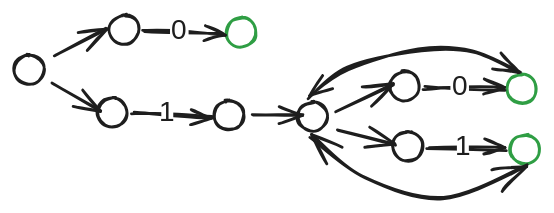
This is notes/media/postfix-nfa6.excalidraw.svg from vk-cs-foundations-fall-25/shared-notes, a Excalidraw export, as it was before one commit. Source tidied: one line per element, renumbered; positions are measured from the earlier drawing's top-left corner, leaving out a move shared by most shapes. The source it was exported from:
```json
{"id": 0, "type": "ellipse", "strokeColor": "#1e1e1e", "strokeWidth": 2, "roughness": 1, "round": true, "x": 268, "y": 151, "width": 21, "height": 21}
{"id": 1, "type": "ellipse", "strokeColor": "#1e1e1e", "strokeWidth": 2, "roughness": 1, "round": true, "x": 203, "y": 173, "width": 21, "height": 21}
{"id": 2, "type": "ellipse", "strokeColor": "#1e1e1e", "strokeWidth": 2, "roughness": 1, "round": true, "x": 271, "y": 194, "width": 21, "height": 21}
{"id": 3, "type": "ellipse", "strokeColor": "#2f9e44", "strokeWidth": 2, "roughness": 1, "round": true, "x": 352, "y": 153, "width": 21, "height": 21}
{"id": 4, "type": "ellipse", "strokeColor": "#2f9e44", "strokeWidth": 2, "roughness": 1, "round": true, "x": 355, "y": 196, "width": 21, "height": 21}
{"id": 5, "type": "arrow", "strokeColor": "#1e1e1e", "strokeWidth": 2, "roughness": 1, "endArrowhead": "arrow", "round": true, "from": 0, "to": 3, "x": 293, "y": 163, "width": 57, "height": 2, "points": [[0, 0], [25, 0], [57, 2]]}
{"id": 6, "type": "text", "text": "0", "strokeColor": "#1e1e1e", "strokeWidth": 2, "roughness": 1, "fontSize": 20, "fontFamily": 5, "textAlign": "center", "verticalAlign": "middle", "inside": 5, "x": 312, "y": 150, "width": 13, "height": 25}
{"id": 7, "type": "arrow", "strokeColor": "#1e1e1e", "strokeWidth": 2, "roughness": 1, "endArrowhead": "arrow", "round": true, "from": 2, "to": 4, "x": 296, "y": 206, "width": 57, "height": 2, "points": [[0, 0], [25, 0], [57, 2]]}
{"id": 8, "type": "text", "text": "1", "strokeColor": "#1e1e1e", "strokeWidth": 2, "roughness": 1, "fontSize": 20, "fontFamily": 5, "textAlign": "center", "verticalAlign": "middle", "inside": 7, "x": 317, "y": 193, "width": 9, "height": 25}
{"id": 9, "type": "arrow", "strokeColor": "#1e1e1e", "strokeWidth": 2, "roughness": 1, "endArrowhead": "arrow", "round": true, "from": 1, "to": 0, "x": 230, "y": 180, "width": 40, "height": 19, "points": [[0, 0], [40, -19]]}
{"id": 10, "type": "arrow", "strokeColor": "#1e1e1e", "strokeWidth": 2, "roughness": 1, "endArrowhead": "arrow", "round": true, "from": 1, "to": 2, "x": 231, "y": 193, "width": 42, "height": 11, "points": [[0, 0], [42, 11]]}
{"id": 11, "type": "arrow", "strokeColor": "#1e1e1e", "strokeWidth": 2, "roughness": 1, "startArrowhead": "arrow", "endArrowhead": "arrow", "round": true, "from": 1, "to": 3, "x": 211, "y": 170, "width": 151, "height": 35, "points": [[0, 0], [28, -20], [79, -35], [117, -33], [151, -18]]}
{"id": 12, "type": "arrow", "strokeColor": "#1e1e1e", "strokeWidth": 2, "roughness": 1, "startArrowhead": "arrow", "endArrowhead": "arrow", "round": true, "from": 1, "to": 4, "x": 212, "y": 197, "width": 156, "height": 44, "points": [[0, 0], [38, 29], [94, 44], [156, 20]]}
{"id": 13, "type": "ellipse", "strokeColor": "#1e1e1e", "strokeWidth": 2, "roughness": 1, "round": true, "x": 59, "y": 170, "width": 21, "height": 21}
{"id": 14, "type": "ellipse", "strokeColor": "#1e1e1e", "strokeWidth": 2, "roughness": 1, "round": true, "x": 143, "y": 172, "width": 21, "height": 21}
{"id": 15, "type": "arrow", "strokeColor": "#1e1e1e", "strokeWidth": 2, "roughness": 1, "endArrowhead": "arrow", "round": true, "from": 13, "to": 14, "x": 84, "y": 182, "width": 57, "height": 2, "points": [[0, 0], [25, 0], [57, 2]]}
{"id": 16, "type": "text", "text": "1", "strokeColor": "#1e1e1e", "strokeWidth": 2, "roughness": 1, "fontSize": 20, "fontFamily": 5, "textAlign": "center", "verticalAlign": "middle", "inside": 15, "x": 44, "y": 165, "width": 9, "height": 25}
{"id": 17, "type": "arrow", "strokeColor": "#1e1e1e", "strokeWidth": 2, "roughness": 1, "endArrowhead": "arrow", "round": true, "from": 20, "to": 13, "x": 27, "y": 160, "width": 34, "height": 20, "points": [[0, 0], [34, 20]]}
{"id": 18, "type": "arrow", "strokeColor": "#1e1e1e", "strokeWidth": 2, "roughness": 1, "endArrowhead": "arrow", "round": true, "from": 14, "to": 1, "x": 171, "y": 182, "width": 36, "height": 0, "points": [[0, 0], [36, 0]]}
{"id": 19, "type": "ellipse", "strokeColor": "#1e1e1e", "strokeWidth": 2, "roughness": 1, "round": true, "x": 68, "y": 111, "width": 21, "height": 21}
{"id": 20, "type": "ellipse", "strokeColor": "#1e1e1e", "strokeWidth": 2, "roughness": 1, "round": true, "x": 0, "y": 139, "width": 21, "height": 21}
{"id": 21, "type": "ellipse", "strokeColor": "#2f9e44", "strokeWidth": 2, "roughness": 1, "round": true, "x": 152, "y": 113, "width": 21, "height": 21}
{"id": 22, "type": "arrow", "strokeColor": "#1e1e1e", "strokeWidth": 2, "roughness": 1, "endArrowhead": "arrow", "round": true, "from": 19, "to": 21, "x": 93, "y": 122, "width": 57, "height": 2, "points": [[0, 0], [25, 0], [57, 2]]}
{"id": 23, "type": "text", "text": "0", "strokeColor": "#1e1e1e", "strokeWidth": 2, "roughness": 1, "fontSize": 20, "fontFamily": 5, "textAlign": "center", "verticalAlign": "middle", "inside": 22, "x": 66, "y": 0, "width": 13, "height": 25}
{"id": 24, "type": "arrow", "strokeColor": "#1e1e1e", "strokeWidth": 2, "roughness": 1, "endArrowhead": "arrow", "round": true, "from": 20, "to": 19, "x": 29, "y": 140, "width": 37, "height": 20, "points": [[0, 0], [37, -20]]}
```
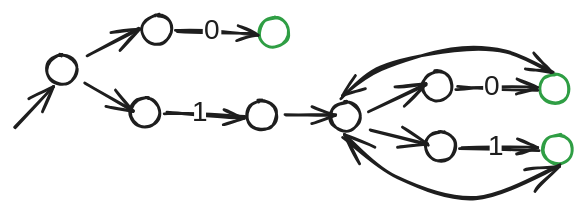
The same file after the commit.

The edit, as a diff of the source:
```diff
@@ -23,3 +23,4 @@
 {"id": 22, "type": "arrow", "strokeColor": "#1e1e1e", "strokeWidth": 2, "roughness": 1, "endArrowhead": "arrow", "round": true, "from": 19, "to": 21, "x": 93, "y": 122, "width": 57, "height": 2, "points": [[0, 0], [25, 0], [57, 2]]}
 {"id": 23, "type": "text", "text": "0", "strokeColor": "#1e1e1e", "strokeWidth": 2, "roughness": 1, "fontSize": 20, "fontFamily": 5, "textAlign": "center", "verticalAlign": "middle", "inside": 22, "x": 66, "y": 0, "width": 13, "height": 25}
 {"id": 24, "type": "arrow", "strokeColor": "#1e1e1e", "strokeWidth": 2, "roughness": 1, "endArrowhead": "arrow", "round": true, "from": 20, "to": 19, "x": 29, "y": 140, "width": 37, "height": 20, "points": [[0, 0], [37, -20]]}
+{"id": 25, "type": "arrow", "strokeColor": "#1e1e1e", "strokeWidth": 2, "roughness": 1, "endArrowhead": "arrow", "round": true, "to": 20, "x": -23, "y": 191, "width": 28, "height": 28, "points": [[0, 0], [28, -28]]}
```
